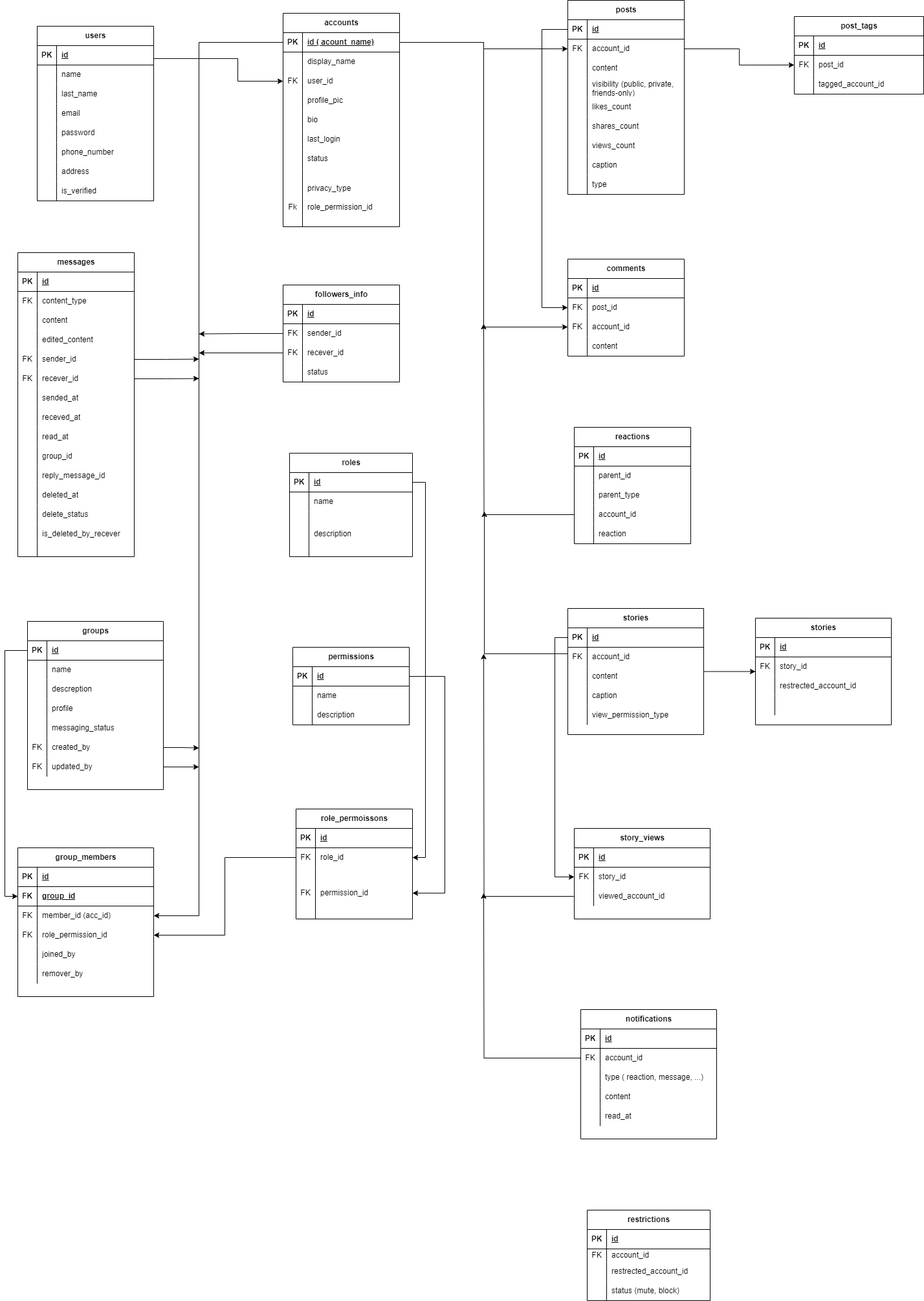
Above: SocialMediaApp.drawio.png in venkat0x1/ER-Diagrams (draw.io), before the change. Source tidied: cells renumbered, new cells last; positions are measured from the earlier drawing's top-left corner, leaving out a move shared by most shapes.
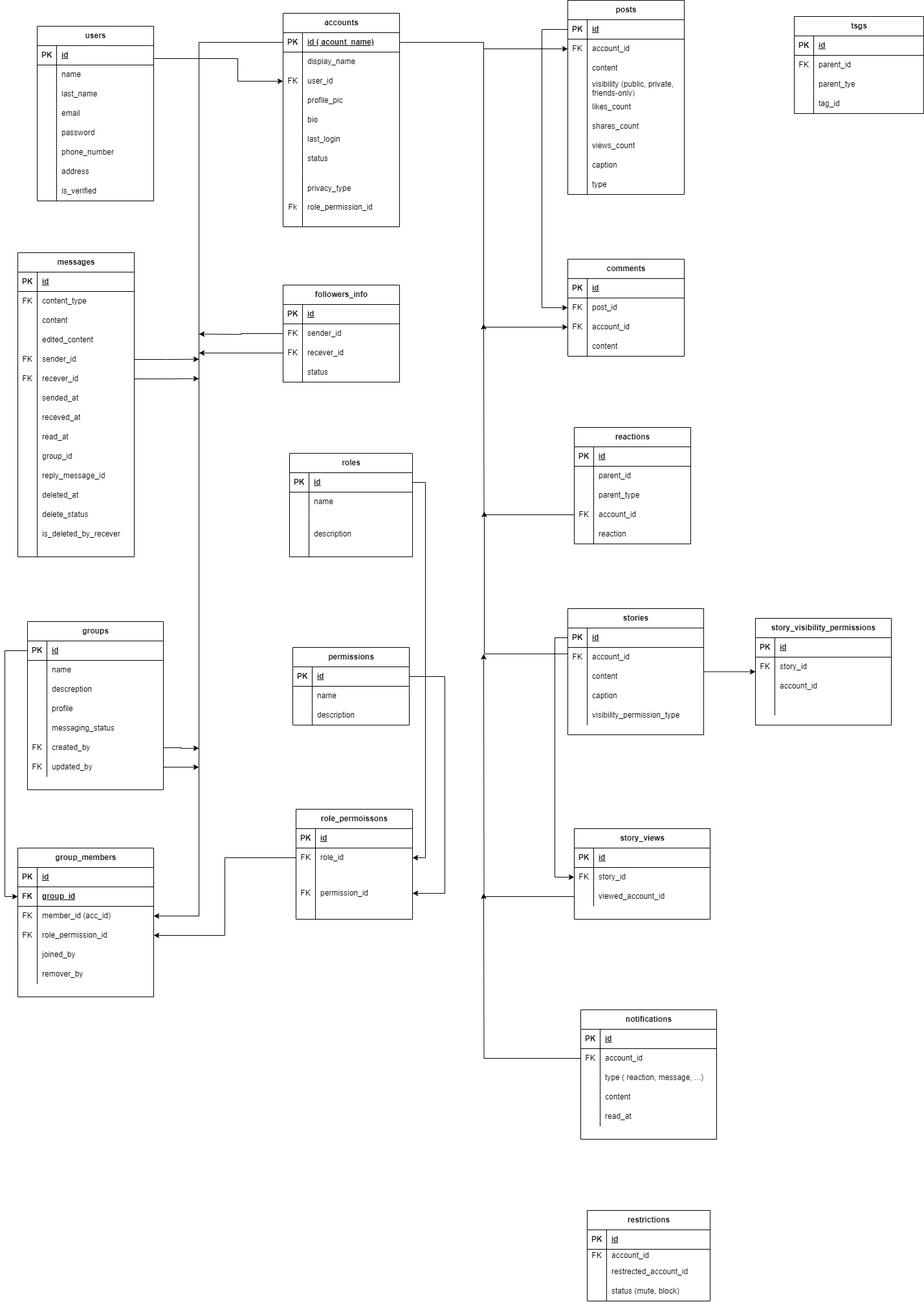
The same diagram one commit later.

Diff of the diagram source:
```diff
@@ -308,7 +308,7 @@
     <mxCell id="103" style="shape=tableRow;horizontal=0;startSize=0;swimlaneHead=0;swimlaneBody=0;fillColor=none;points=[[0,0.5],[1,0.5]];portConstraint=eastwest;top=0;left=0;right=0;bottom=0;" parent="93" vertex="1">
       <mxGeometry y="120" width="180" height="30" as="geometry" />
     </mxCell>
-    <mxCell id="104" style="shape=partialRectangle;fillColor=none;top=0;left=0;bottom=0;right=0;overflow=hidden;whiteSpace=wrap;html=1;" parent="103" vertex="1">
+    <mxCell id="104" value="FK" style="shape=partialRectangle;fillColor=none;top=0;left=0;bottom=0;right=0;overflow=hidden;whiteSpace=wrap;html=1;" parent="103" vertex="1">
       <mxGeometry width="30" height="30" as="geometry" />
     </mxCell>
     <mxCell id="105" value="account_id" style="shape=partialRectangle;fillColor=none;top=0;left=0;bottom=0;right=0;align=left;spacingLeft=6;overflow=hidden;whiteSpace=wrap;html=1;" parent="103" vertex="1">
@@ -556,8 +556,8 @@
         </Array>
       </mxGeometry>
     </mxCell>
-    <mxCell id="183" value="post_tags" style="shape=table;startSize=30;rowLines=0;fontStyle=1;align=center;html=1;" parent="1" vertex="1">
-      <mxGeometry x="1200" y="25" width="200" height="120" as="geometry" />
+    <mxCell id="183" value="tsgs" style="shape=table;startSize=30;rowLines=0;fontStyle=1;align=center;html=1;" parent="1" vertex="1">
+      <mxGeometry x="1200" y="25" width="200" height="150" as="geometry" />
     </mxCell>
     <mxCell id="184" style="shape=tableRow;horizontal=0;startSize=0;swimlaneHead=0;swimlaneBody=0;fillColor=none;top=0;left=0;right=0;bottom=1;" parent="183" vertex="1">
       <mxGeometry y="30" width="200" height="30" as="geometry" />
@@ -574,7 +574,7 @@
     <mxCell id="188" value="FK" style="shape=partialRectangle;fillColor=none;top=0;left=0;bottom=0;right=0;overflow=hidden;whiteSpace=wrap;html=1;" parent="187" vertex="1">
       <mxGeometry width="30" height="30" as="geometry" />
     </mxCell>
-    <mxCell id="189" value="post_id" style="shape=partialRectangle;fillColor=none;top=0;left=0;bottom=0;right=0;align=left;spacingLeft=6;overflow=hidden;whiteSpace=wrap;html=1;" parent="187" vertex="1">
+    <mxCell id="189" value="parent_id" style="shape=partialRectangle;fillColor=none;top=0;left=0;bottom=0;right=0;align=left;spacingLeft=6;overflow=hidden;whiteSpace=wrap;html=1;" parent="187" vertex="1">
       <mxGeometry x="30" width="170" height="30" as="geometry" />
     </mxCell>
     <mxCell id="190" style="shape=tableRow;horizontal=0;startSize=0;swimlaneHead=0;swimlaneBody=0;fillColor=none;top=0;left=0;right=0;bottom=0;" parent="183" vertex="1">
@@ -583,12 +583,18 @@
     <mxCell id="191" style="shape=partialRectangle;fillColor=none;top=0;left=0;bottom=0;right=0;overflow=hidden;whiteSpace=wrap;html=1;" parent="190" vertex="1">
       <mxGeometry width="30" height="30" as="geometry" />
     </mxCell>
-    <mxCell id="192" value="tagged_account_id" style="shape=partialRectangle;fillColor=none;top=0;left=0;bottom=0;right=0;align=left;spacingLeft=6;overflow=hidden;whiteSpace=wrap;html=1;" parent="190" vertex="1">
+    <mxCell id="192" value="parent_tye" style="shape=partialRectangle;fillColor=none;top=0;left=0;bottom=0;right=0;align=left;spacingLeft=6;overflow=hidden;whiteSpace=wrap;html=1;" parent="190" vertex="1">
       <mxGeometry x="30" width="170" height="30" as="geometry" />
     </mxCell>
-    <mxCell id="193" style="edgeStyle=orthogonalEdgeStyle;rounded=0;jettySize=auto;html=1;exitX=1;exitY=0.5;exitDx=0;exitDy=0;entryX=0;entryY=0.5;entryDx=0;entryDy=0;" parent="1" edge="1" source="56" target="187">
-      <mxGeometry relative="1" as="geometry" />
-    </mxCell>
+    <mxCell id="339" style="shape=tableRow;horizontal=0;startSize=0;swimlaneHead=0;swimlaneBody=0;fillColor=none;top=0;left=0;right=0;bottom=0;" parent="183" vertex="1">
+      <mxGeometry y="120" width="200" height="30" as="geometry" />
+    </mxCell>
+    <mxCell id="340" style="shape=partialRectangle;fillColor=none;top=0;left=0;bottom=0;right=0;overflow=hidden;whiteSpace=wrap;html=1;" parent="339" vertex="1">
+      <mxGeometry width="30" height="30" as="geometry" />
+    </mxCell>
+    <mxCell id="341" value="tag_id" style="shape=partialRectangle;fillColor=none;top=0;left=0;bottom=0;right=0;align=left;spacingLeft=6;overflow=hidden;whiteSpace=wrap;html=1;" parent="339" vertex="1">
+      <mxGeometry x="30" width="170" height="30" as="geometry" />
+    </mxCell>
     <mxCell id="194" value="groups" style="shape=table;startSize=30;rowLines=0;fontStyle=1;align=center;html=1;" parent="1" vertex="1">
       <mxGeometry x="15" y="960" width="210" height="260" as="geometry" />
     </mxCell>
@@ -921,7 +927,7 @@
     <mxCell id="294" style="shape=partialRectangle;fillColor=none;top=0;left=0;bottom=0;right=0;overflow=hidden;whiteSpace=wrap;html=1;" parent="293" vertex="1">
       <mxGeometry width="30" height="30" as="geometry" />
     </mxCell>
-    <mxCell id="295" value="view_permission_type" style="shape=partialRectangle;fillColor=none;top=0;left=0;bottom=0;right=0;align=left;spacingLeft=6;overflow=hidden;whiteSpace=wrap;html=1;" parent="293" vertex="1">
+    <mxCell id="295" value="visibility_permission_type" style="shape=partialRectangle;fillColor=none;top=0;left=0;bottom=0;right=0;align=left;spacingLeft=6;overflow=hidden;whiteSpace=wrap;html=1;" parent="293" vertex="1">
       <mxGeometry x="30" width="180" height="30" as="geometry" />
     </mxCell>
     <mxCell id="296" value="notifications" style="shape=table;startSize=30;rowLines=0;fontStyle=1;align=center;html=1;" parent="1" vertex="1">
@@ -1020,7 +1026,7 @@
         <mxPoint x="720" y="1010" as="targetPoint" />
       </mxGeometry>
     </mxCell>
-    <mxCell id="325" value="stories" style="shape=table;startSize=30;rowLines=0;fontStyle=1;align=center;html=1;" parent="1" vertex="1">
+    <mxCell id="325" value="story_visibility_permissions" style="shape=table;startSize=30;rowLines=0;fontStyle=1;align=center;html=1;" parent="1" vertex="1">
       <mxGeometry x="1140" y="955" width="210" height="165" as="geometry" />
     </mxCell>
     <mxCell id="326" style="shape=tableRow;horizontal=0;startSize=0;swimlaneHead=0;swimlaneBody=0;fillColor=none;top=0;left=0;right=0;bottom=1;" parent="325" vertex="1">
@@ -1047,7 +1053,7 @@
     <mxCell id="333" style="shape=partialRectangle;fillColor=none;top=0;left=0;bottom=0;right=0;overflow=hidden;whiteSpace=wrap;html=1;" parent="332" vertex="1">
       <mxGeometry width="30" height="30" as="geometry" />
     </mxCell>
-    <mxCell id="334" value="restrected_account_id" style="shape=partialRectangle;fillColor=none;top=0;left=0;bottom=0;right=0;align=left;spacingLeft=6;overflow=hidden;whiteSpace=wrap;html=1;" parent="332" vertex="1">
+    <mxCell id="334" value="account_id" style="shape=partialRectangle;fillColor=none;top=0;left=0;bottom=0;right=0;align=left;spacingLeft=6;overflow=hidden;whiteSpace=wrap;html=1;" parent="332" vertex="1">
       <mxGeometry x="30" width="180" height="30" as="geometry" />
     </mxCell>
     <mxCell id="335" style="shape=tableRow;horizontal=0;startSize=0;swimlaneHead=0;swimlaneBody=0;fillColor=none;top=0;left=0;right=0;bottom=0;" parent="325" vertex="1">
```
